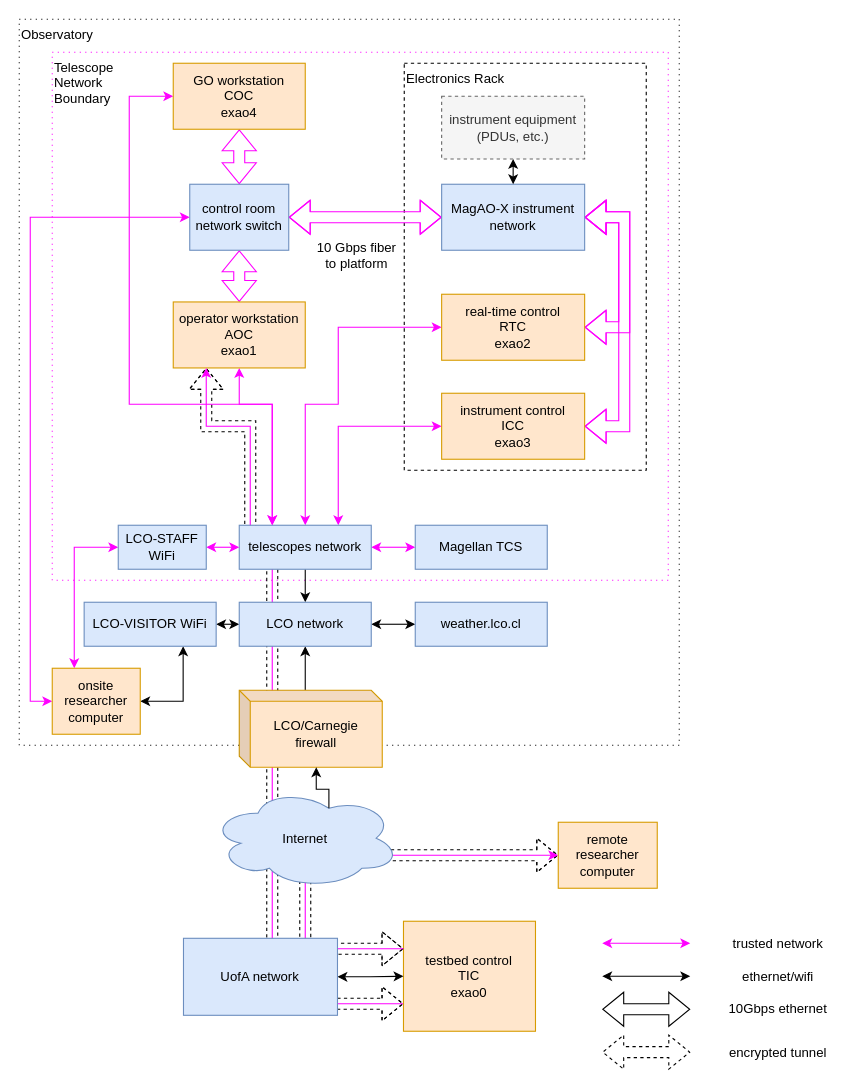
Earlier version of the draw.io diagram compute/lco_network.drawio (magao-x/handbook). Source tidied: cells renumbered, new cells numbered last; positions are measured from the earlier drawing's top-left corner, leaving out a move shared by most shapes. Both pictures are drawn from the tidied source at 110%, with x=0, y=0 at pixel (19, 19).
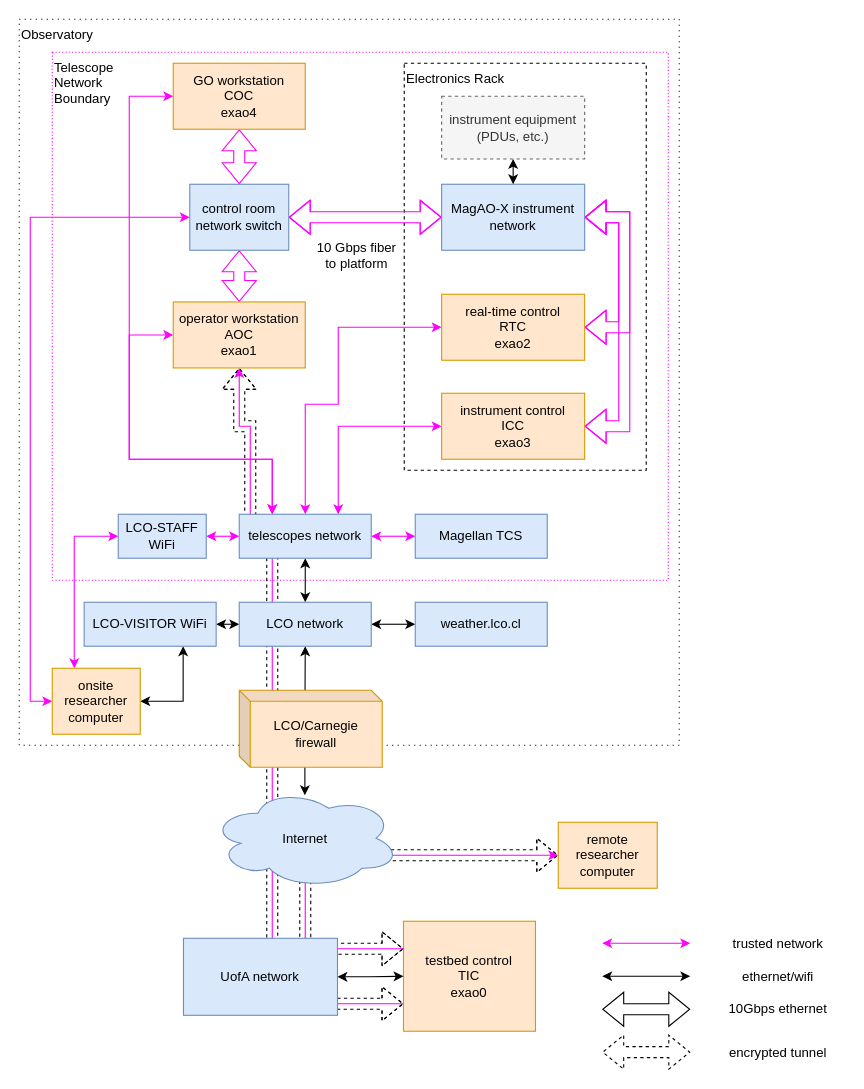
Above is the later version.

Unchanged cells that the change refers to:
```xml
<mxCell id="7" value="operator workstation&lt;br&gt;&lt;div&gt;AOC&lt;/div&gt;&lt;div&gt;exao1&lt;br&gt;&lt;/div&gt;" style="rounded=0;whiteSpace=wrap;html=1;fillColor=#ffe6cc;strokeColor=#d79b00;" parent="1" vertex="1">
  <mxGeometry x="140" y="257" width="120" height="60" as="geometry" />
</mxCell>
<mxCell id="28" value="&lt;div&gt;testbed control&lt;/div&gt;&lt;div&gt;TIC&lt;br&gt;&lt;/div&gt;&lt;div&gt;exao0&lt;br&gt;&lt;/div&gt;" style="rounded=0;whiteSpace=wrap;html=1;fillColor=#ffe6cc;strokeColor=#d79b00;" parent="1" vertex="1">
  <mxGeometry x="349.3" y="820" width="120" height="100" as="geometry" />
</mxCell>
<mxCell id="34" value="&lt;div&gt;LCO/Carnegie&lt;br&gt;firewall&lt;/div&gt;" style="shape=cube;whiteSpace=wrap;html=1;boundedLbl=1;backgroundOutline=1;darkOpacity=0.05;darkOpacity2=0.1;size=10;fillColor=#ffe6cc;strokeColor=#d79b00;" parent="1" vertex="1">
  <mxGeometry x="200" y="610" width="130" height="70" as="geometry" />
</mxCell>
<mxCell id="38" value="Internet" style="ellipse;shape=cloud;whiteSpace=wrap;html=1;fillColor=#dae8fc;strokeColor=#6c8ebf;" parent="1" vertex="1">
  <mxGeometry x="174" y="699" width="172" height="91" as="geometry" />
</mxCell>
<mxCell id="46" value="GO workstation&lt;br&gt;&lt;div&gt;COC&lt;/div&gt;&lt;div&gt;exao4&lt;br&gt;&lt;/div&gt;" style="rounded=0;whiteSpace=wrap;html=1;fillColor=#ffe6cc;strokeColor=#d79b00;" parent="1" vertex="1">
  <mxGeometry x="140" y="40" width="120" height="60" as="geometry" />
</mxCell>
<mxCell id="51" value="&lt;div&gt;LCO network&lt;/div&gt;" style="rounded=0;whiteSpace=wrap;html=1;fillColor=#dae8fc;strokeColor=#6c8ebf;" parent="1" vertex="1">
  <mxGeometry x="200" y="530" width="120" height="40" as="geometry" />
</mxCell>
```

Diff of the diagram source:
```diff
@@
-    <mxCell id="3" value="Telescope&lt;div&gt;Network&lt;/div&gt;&lt;div&gt;Boundary&lt;/div&gt;" style="rounded=0;whiteSpace=wrap;html=1;fillColor=none;align=left;verticalAlign=top;dashed=1;dashPattern=1 4;strokeColor=#FF00FF;" parent="1" vertex="1">
+    <mxCell id="3" value="Telescope&lt;div&gt;Network&lt;/div&gt;&lt;div&gt;Boundary&lt;/div&gt;" style="rounded=0;whiteSpace=wrap;html=1;fillColor=none;align=left;verticalAlign=top;dashed=1;dashPattern=1 2;strokeColor=#FF00FF;" parent="1" vertex="1">
       <mxGeometry x="30" y="30" width="560" height="480" as="geometry" />
     </mxCell>
@@
-    <mxCell id="6" style="edgeStyle=orthogonalEdgeStyle;rounded=0;jettySize=auto;html=1;exitX=0.5;exitY=1;exitDx=0;exitDy=0;entryX=0.25;entryY=0;entryDx=0;entryDy=0;strokeColor=#FF00FF;startArrow=classic;startFill=1;" parent="1" edge="1" source="7" target="37">
+    <mxCell id="6" style="edgeStyle=orthogonalEdgeStyle;rounded=0;jettySize=auto;html=1;exitX=0;exitY=0.5;exitDx=0;exitDy=0;entryX=0.25;entryY=0;entryDx=0;entryDy=0;strokeColor=#FF00FF;startArrow=classic;startFill=1;" parent="1" edge="1" source="7" target="37">
       <mxGeometry relative="1" as="geometry">
         <Array as="points">
-          <mxPoint x="200" y="350" />
-          <mxPoint x="230" y="350" />
+          <mxPoint x="100" y="287" />
+          <mxPoint x="100" y="400" />
+          <mxPoint x="230" y="400" />
         </Array>
       </mxGeometry>
     </mxCell>
@@
-    <mxCell id="26" style="edgeStyle=orthogonalEdgeStyle;rounded=0;jettySize=auto;html=1;exitX=0;exitY=0.75;exitDx=0;exitDy=0;entryX=0.25;entryY=1;entryDx=0;entryDy=0;shape=flexArrow;dashed=1;startArrow=block;" parent="1" edge="1" source="28" target="7">
+    <mxCell id="26" style="edgeStyle=orthogonalEdgeStyle;rounded=0;jettySize=auto;html=1;exitX=0;exitY=0.75;exitDx=0;exitDy=0;entryX=0.5;entryY=1;entryDx=0;entryDy=0;shape=flexArrow;dashed=1;startArrow=block;strokeColor=#000000;" parent="1" edge="1" source="28" target="7">
       <mxGeometry relative="1" as="geometry">
         <Array as="points">
           <mxPoint x="230" y="895" />
           <mxPoint x="230" y="470" />
           <mxPoint x="210" y="470" />
           <mxPoint x="210" y="370" />
-          <mxPoint x="170" y="370" />
+          <mxPoint x="200" y="370" />
         </Array>
       </mxGeometry>
     </mxCell>
-    <mxCell id="27" style="edgeStyle=orthogonalEdgeStyle;rounded=0;jettySize=auto;html=1;exitX=0;exitY=0.75;exitDx=0;exitDy=0;entryX=0.25;entryY=1;entryDx=0;entryDy=0;strokeColor=#FF00FF;" parent="1" edge="1" source="28" target="7">
+    <mxCell id="27" style="edgeStyle=orthogonalEdgeStyle;rounded=0;jettySize=auto;html=1;exitX=0;exitY=0.75;exitDx=0;exitDy=0;strokeColor=#FF00FF;" parent="1" edge="1" source="28">
       <mxGeometry relative="1" as="geometry">
+        <mxPoint x="200" y="317" as="targetPoint" />
         <Array as="points">
           <mxPoint x="280" y="895" />
           <mxPoint x="280" y="890" />
           <mxPoint x="230" y="890" />
           <mxPoint x="230" y="470" />
           <mxPoint x="210" y="470" />
           <mxPoint x="210" y="370" />
-          <mxPoint x="170" y="370" />
+          <mxPoint x="200" y="370" />
         </Array>
       </mxGeometry>
     </mxCell>
@@
-    <mxCell id="33" style="edgeStyle=orthogonalEdgeStyle;rounded=0;jettySize=auto;html=1;exitX=0;exitY=0;exitDx=60;exitDy=0;exitPerimeter=0;entryX=0.5;entryY=1;entryDx=0;entryDy=0;" parent="1" edge="1" source="34" target="51">
+    <mxCell id="33" style="edgeStyle=orthogonalEdgeStyle;rounded=0;jettySize=auto;html=1;exitX=0.498;exitY=0.071;exitDx=0;exitDy=0;exitPerimeter=0;entryX=0.5;entryY=1;entryDx=0;entryDy=0;startArrow=classic;startFill=1;" parent="1" edge="1" source="38" target="51">
       <mxGeometry relative="1" as="geometry" />
     </mxCell>
@@
-    <mxCell id="35" style="edgeStyle=orthogonalEdgeStyle;rounded=0;jettySize=auto;html=1;exitX=0.5;exitY=1;exitDx=0;exitDy=0;entryX=0.5;entryY=0;entryDx=0;entryDy=0;" parent="1" edge="1" source="37" target="51">
+    <mxCell id="35" style="edgeStyle=orthogonalEdgeStyle;rounded=0;jettySize=auto;html=1;exitX=0.5;exitY=1;exitDx=0;exitDy=0;entryX=0.5;entryY=0;entryDx=0;entryDy=0;startArrow=classic;startFill=1;" parent="1" edge="1" source="37" target="51">
       <mxGeometry relative="1" as="geometry" />
     </mxCell>
@@
     <mxCell id="37" value="&lt;div&gt;telescopes network&lt;/div&gt;" style="rounded=0;whiteSpace=wrap;html=1;fillColor=#dae8fc;strokeColor=#6c8ebf;" parent="1" vertex="1">
-      <mxGeometry x="200" y="460" width="120" height="40" as="geometry" />
+      <mxGeometry x="200" y="450" width="120" height="40" as="geometry" />
     </mxCell>
@@
     <mxCell id="45" style="edgeStyle=orthogonalEdgeStyle;rounded=0;jettySize=auto;html=1;exitX=0;exitY=0.5;exitDx=0;exitDy=0;entryX=0.25;entryY=0;entryDx=0;entryDy=0;strokeColor=#FF00FF;startArrow=classic;startFill=1;" parent="1" edge="1" source="46" target="37">
       <mxGeometry relative="1" as="geometry">
         <Array as="points">
           <mxPoint x="100" y="70" />
-          <mxPoint x="100" y="350" />
-          <mxPoint x="230" y="350" />
+          <mxPoint x="100" y="400" />
+          <mxPoint x="230" y="400" />
         </Array>
       </mxGeometry>
     </mxCell>
@@
     <mxCell id="53" value="&lt;div&gt;Magellan TCS&lt;/div&gt;" style="rounded=0;whiteSpace=wrap;html=1;fillColor=#dae8fc;strokeColor=#6c8ebf;" parent="1" vertex="1">
-      <mxGeometry x="360" y="460" width="120" height="40" as="geometry" />
+      <mxGeometry x="360" y="450" width="120" height="40" as="geometry" />
     </mxCell>
-    <mxCell id="54" style="edgeStyle=orthogonalEdgeStyle;rounded=0;jettySize=auto;html=1;exitX=0.625;exitY=0.2;exitDx=0;exitDy=0;exitPerimeter=0;entryX=0;entryY=0;entryDx=70;entryDy=70;entryPerimeter=0;" parent="1" edge="1" source="38" target="34">
-      <mxGeometry relative="1" as="geometry">
-        <Array as="points">
-          <mxPoint x="281" y="700" />
-          <mxPoint x="270" y="700" />
-        </Array>
-      </mxGeometry>
-    </mxCell>
@@
     <mxCell id="57" value="LCO-STAFF WiFi" style="rounded=0;whiteSpace=wrap;html=1;fillColor=#dae8fc;strokeColor=#6c8ebf;" parent="1" vertex="1">
-      <mxGeometry x="90" y="460" width="80" height="40" as="geometry" />
+      <mxGeometry x="90" y="450" width="80" height="40" as="geometry" />
     </mxCell>
```
